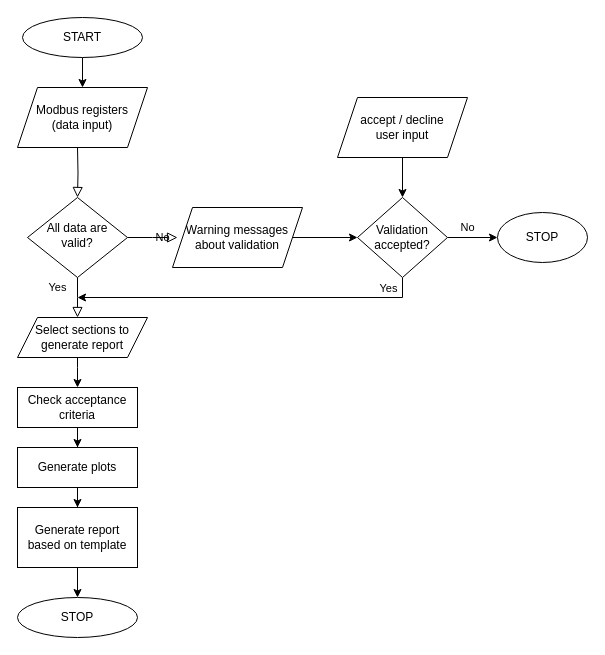
This is MPM_verification.drawio from przesmak/flowchart, a draw.io file, before an edit. Source tidied: cells renumbered, new cells numbered last; positions are measured from the earlier drawing's top-left corner, leaving out a move shared by most shapes. Both pictures are drawn from the tidied source at 100%, with x=0, y=0 at pixel (17, 17).
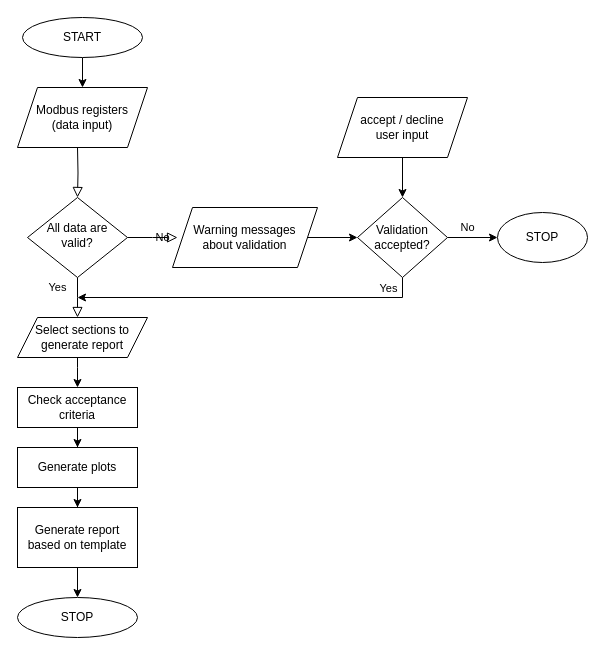
The same page after the edit.

Diff of the diagram source:
```diff
@@
-    <mxCell id="7" value="&lt;span&gt;Warning messages about validation&lt;/span&gt;" style="shape=parallelogram;perimeter=parallelogramPerimeter;whiteSpace=wrap;html=1;fixedSize=1;" parent="1" vertex="1">
-      <mxGeometry x="155" y="190" width="130" height="60" as="geometry" />
+    <mxCell id="7" value="&lt;span&gt;Warning messages &lt;br&gt;about validation&lt;/span&gt;" style="shape=parallelogram;perimeter=parallelogramPerimeter;whiteSpace=wrap;html=1;fixedSize=1;" parent="1" vertex="1">
+      <mxGeometry x="155" y="190" width="145" height="60" as="geometry" />
     </mxCell>
```
